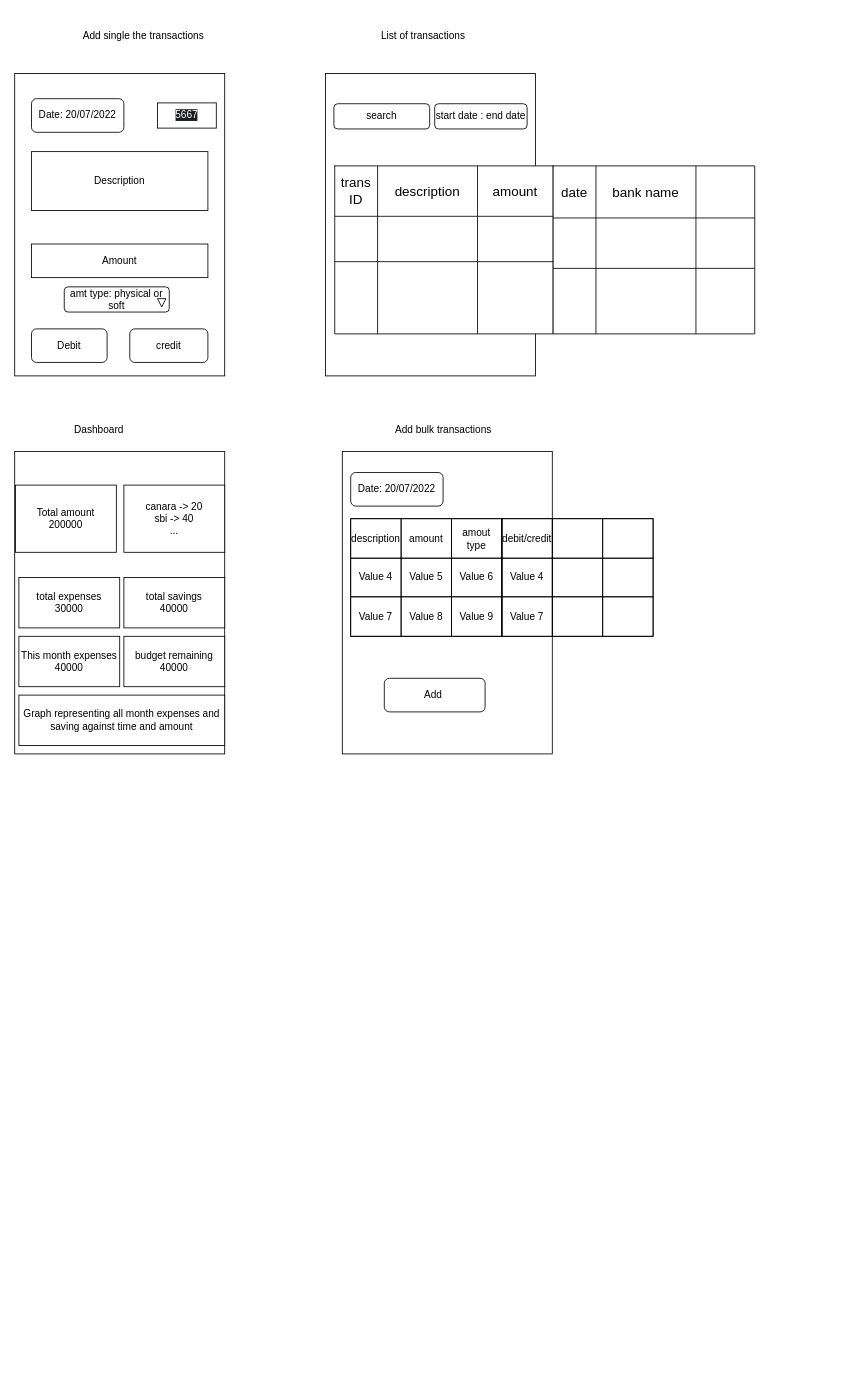
Before: expense-tracker.drawio in bhanuprasad1999/bhanuprasad1999, a draw.io diagram. Source tidied: cells renumbered, new cells numbered last; positions are measured from the earlier drawing's top-left corner, leaving out a move shared by most shapes. Both pictures are drawn from the tidied source at 84%, with x=0, y=0 at pixel (14, 14).
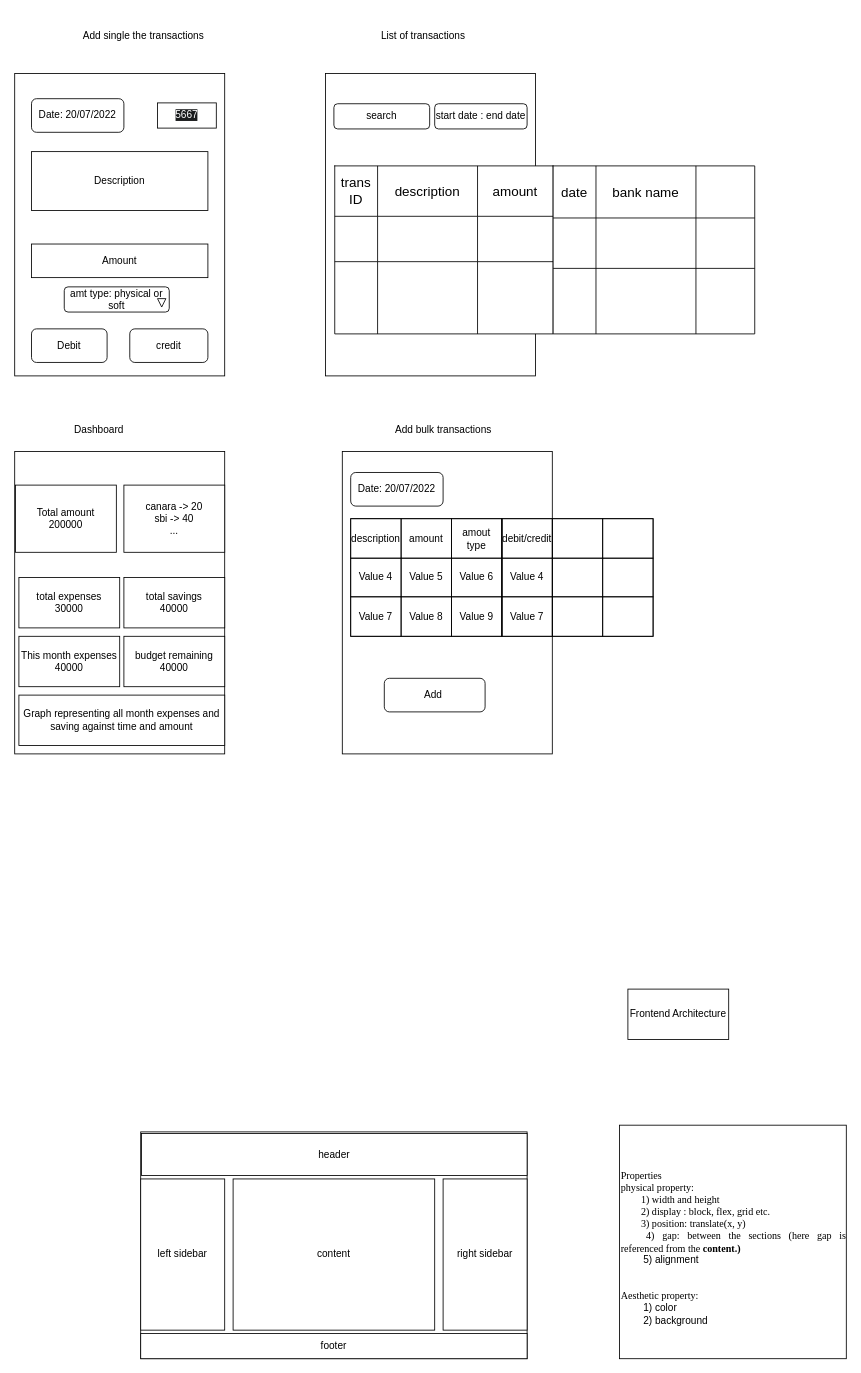
The same page after the edit.

Diff of the diagram source:
```diff
@@
+    <mxCell id="83" value="Frontend Architecture" style="rounded=0;whiteSpace=wrap;html=1;" parent="1" vertex="1">
+      <mxGeometry x="730" y="1160" width="120" height="60" as="geometry" />
+    </mxCell>
+    <mxCell id="84" style="rounded=0;whiteSpace=wrap;html=1;fillColor=light-dark(#FFFFFF,#185C12);" parent="1" vertex="1">
+      <mxGeometry x="150" y="1330" width="460" height="270" as="geometry" />
+    </mxCell>
+    <mxCell id="85" value="left sidebar" style="rounded=0;whiteSpace=wrap;html=1;" parent="1" vertex="1">
+      <mxGeometry x="150" y="1386" width="100" height="180" as="geometry" />
+    </mxCell>
+    <mxCell id="86" value="right sidebar" style="rounded=0;whiteSpace=wrap;html=1;" parent="1" vertex="1">
+      <mxGeometry x="510" y="1386" width="100" height="180" as="geometry" />
+    </mxCell>
+    <mxCell id="87" value="content" style="rounded=0;whiteSpace=wrap;html=1;" parent="1" vertex="1">
+      <mxGeometry x="260" y="1386" width="240" height="180" as="geometry" />
+    </mxCell>
+    <mxCell id="88" value="footer" style="rounded=0;whiteSpace=wrap;html=1;" parent="1" vertex="1">
+      <mxGeometry x="150" y="1570" width="460" height="30" as="geometry" />
+    </mxCell>
+    <mxCell id="89" value="header" style="rounded=0;whiteSpace=wrap;html=1;" parent="1" vertex="1">
+      <mxGeometry x="151" y="1332" width="459" height="50" as="geometry" />
+    </mxCell>
+    <mxCell id="90" value="&lt;div style=&quot;text-align: justify;&quot;&gt;&lt;br&gt;&lt;/div&gt;&lt;div style=&quot;text-align: justify;&quot;&gt;&lt;span style=&quot;background-color: transparent; color: light-dark(rgb(0, 0, 0), rgb(255, 255, 255));&quot;&gt;&lt;font face=&quot;Times New Roman&quot;&gt;Properties&lt;/font&gt;&lt;/span&gt;&lt;/div&gt;&lt;div style=&quot;text-align: justify;&quot;&gt;&lt;span style=&quot;background-color: transparent; color: light-dark(rgb(0, 0, 0), rgb(255, 255, 255));&quot;&gt;&lt;font face=&quot;Times New Roman&quot;&gt;physical property:&lt;/font&gt;&lt;/span&gt;&lt;/div&gt;&lt;div style=&quot;text-align: justify;&quot;&gt;&lt;font face=&quot;Times New Roman&quot;&gt;&lt;span style=&quot;white-space: pre;&quot;&gt;&#9;&lt;/span&gt;1) width and height&lt;/font&gt;&lt;/div&gt;&lt;div style=&quot;text-align: justify;&quot;&gt;&lt;font face=&quot;Times New Roman&quot;&gt;&lt;span style=&quot;white-space: pre;&quot;&gt;&#9;&lt;/span&gt;2) display : block, flex, grid etc.&lt;/font&gt;&lt;/div&gt;&lt;div style=&quot;text-align: justify;&quot;&gt;&lt;font face=&quot;Times New Roman&quot;&gt;&lt;span style=&quot;white-space: pre;&quot;&gt;&#9;&lt;/span&gt;3) position: translate(x, y)&lt;/font&gt;&lt;/div&gt;&lt;div style=&quot;text-align: justify;&quot;&gt;&lt;font face=&quot;Times New Roman&quot;&gt;&lt;span style=&quot;white-space: pre;&quot;&gt;&#9;&lt;/span&gt;4) gap: between the sections (here gap is referenced from the &lt;b&gt;content.)&lt;/b&gt;&lt;/font&gt;&lt;/div&gt;&lt;div style=&quot;text-align: justify;&quot;&gt;&lt;span style=&quot;white-space: pre;&quot;&gt;&#9;&lt;/span&gt;5) alignment&lt;br&gt;&lt;/div&gt;&lt;div style=&quot;text-align: justify;&quot;&gt;&lt;br&gt;&lt;/div&gt;&lt;div style=&quot;text-align: justify;&quot;&gt;&lt;font face=&quot;Times New Roman&quot;&gt;&lt;br&gt;&lt;/font&gt;&lt;/div&gt;&lt;div style=&quot;text-align: justify;&quot;&gt;&lt;font face=&quot;Times New Roman&quot;&gt;Aesthetic property:&lt;/font&gt;&lt;/div&gt;&lt;div style=&quot;text-align: justify;&quot;&gt;&lt;span style=&quot;white-space: pre;&quot;&gt;&#9;&lt;/span&gt;1) color&lt;br&gt;&lt;/div&gt;&lt;div style=&quot;text-align: justify;&quot;&gt;&lt;span style=&quot;white-space: pre;&quot;&gt;&#9;&lt;/span&gt;2) background&lt;/div&gt;" style="rounded=0;whiteSpace=wrap;html=1;align=left;" parent="1" vertex="1">
+      <mxGeometry x="720" y="1322" width="270" height="278" as="geometry" />
+    </mxCell>
```
